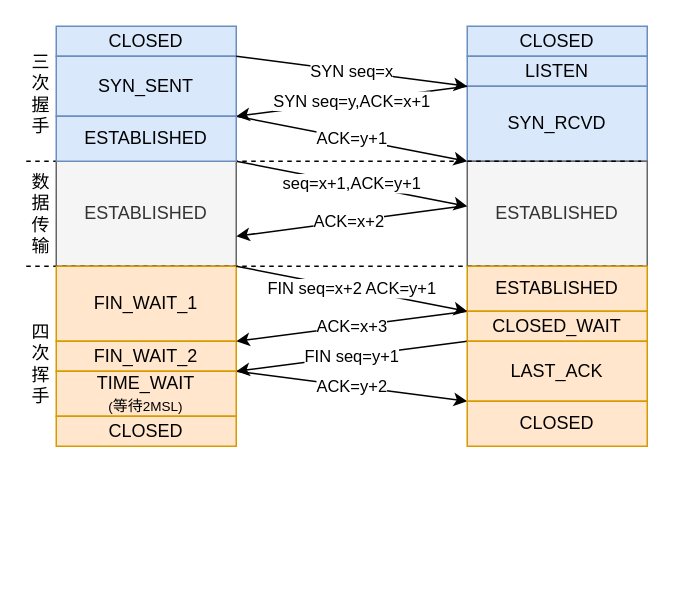
Before: 三次握手.drawio in mabyoung/JavaPractice, a draw.io diagram. Source tidied: cells renumbered, new cells numbered last; positions are measured from the earlier drawing's top-left corner, leaving out a move shared by most shapes. Both pictures are drawn from the tidied source at 150%, with x=0, y=0 at pixel (26, 26).
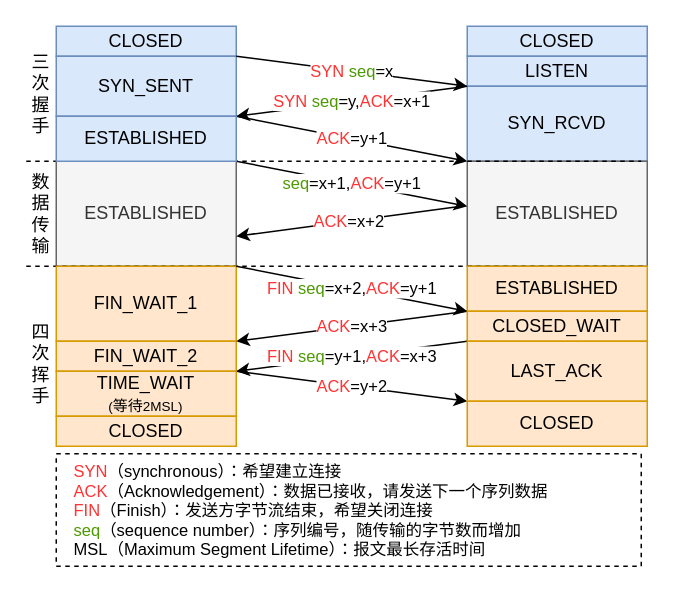
The same diagram, later.

Commit message (it also covers changes not shown here):
更新三次握手.drawio

Unchanged cells that the change refers to:
```xml
<mxCell id="3" value="SYN_SENT" style="rounded=0;whiteSpace=wrap;html=1;fillColor=#dae8fc;strokeColor=#6c8ebf;" parent="1" vertex="1">
  <mxGeometry x="20" y="20" width="120" height="40" as="geometry" />
</mxCell>
<mxCell id="6" value="SYN_RCVD" style="rounded=0;whiteSpace=wrap;html=1;fillColor=#dae8fc;strokeColor=#6c8ebf;" parent="1" vertex="1">
  <mxGeometry x="294" y="40" width="120" height="50" as="geometry" />
</mxCell>
<mxCell id="20" value="FIN_WAIT_2" style="rounded=0;whiteSpace=wrap;html=1;fillColor=#ffe6cc;strokeColor=#d79b00;" parent="1" vertex="1">
  <mxGeometry x="20" y="210" width="120" height="20" as="geometry" />
</mxCell>
<mxCell id="21" value="ESTABLISHED" style="rounded=0;whiteSpace=wrap;html=1;fillColor=#ffe6cc;strokeColor=#d79b00;" parent="1" vertex="1">
  <mxGeometry x="294" y="160" width="120" height="30" as="geometry" />
</mxCell>
<mxCell id="26" value="LAST_ACK" style="rounded=0;whiteSpace=wrap;html=1;fillColor=#ffe6cc;strokeColor=#d79b00;" parent="1" vertex="1">
  <mxGeometry x="294" y="210" width="120" height="40" as="geometry" />
</mxCell>
```

Change to the diagram source:
```diff
@@
+    <mxCell id="32" style="rounded=0;whiteSpace=wrap;html=1;fontSize=11;fontColor=#FF3333;dashed=1;" parent="1" vertex="1">
+      <mxGeometry x="20" y="285" width="390" height="75" as="geometry" />
+    </mxCell>
@@
-    <mxCell id="7" value="SYN seq=x" style="endArrow=classic;html=1;rounded=0;exitX=1;exitY=0;exitDx=0;exitDy=0;entryX=0;entryY=0;entryDx=0;entryDy=0;" parent="1" edge="1" source="3" target="6">
+    <mxCell id="7" value="&lt;font color=&quot;#ff3333&quot;&gt;SYN&lt;/font&gt; &lt;font color=&quot;#4d9900&quot;&gt;seq&lt;/font&gt;=x" style="endArrow=classic;html=1;rounded=0;exitX=1;exitY=0;exitDx=0;exitDy=0;entryX=0;entryY=0;entryDx=0;entryDy=0;" parent="1" edge="1" source="3" target="6">
       <mxGeometry relative="1" as="geometry" />
     </mxCell>
-    <mxCell id="8" value="SYN seq=y,ACK=x+1" style="endArrow=classic;html=1;rounded=0;entryX=1;entryY=1;entryDx=0;entryDy=0;exitX=0;exitY=0;exitDx=0;exitDy=0;" parent="1" edge="1" source="6" target="3">
+    <mxCell id="8" value="&lt;font color=&quot;#ff3333&quot;&gt;SYN&lt;/font&gt; &lt;font color=&quot;#4d9900&quot;&gt;seq&lt;/font&gt;=y,&lt;font color=&quot;#ff3333&quot;&gt;ACK&lt;/font&gt;=x+1" style="endArrow=classic;html=1;rounded=0;entryX=1;entryY=1;entryDx=0;entryDy=0;exitX=0;exitY=0;exitDx=0;exitDy=0;" parent="1" edge="1" source="6" target="3">
       <mxGeometry relative="1" as="geometry" />
     </mxCell>
-    <mxCell id="9" value="ACK=y+1" style="endArrow=classic;html=1;rounded=0;exitX=1;exitY=1;exitDx=0;exitDy=0;entryX=0;entryY=1;entryDx=0;entryDy=0;" parent="1" edge="1" source="3" target="6">
+    <mxCell id="9" value="&lt;font color=&quot;#ff3333&quot;&gt;ACK&lt;/font&gt;=y+1" style="endArrow=classic;html=1;rounded=0;exitX=1;exitY=1;exitDx=0;exitDy=0;entryX=0;entryY=1;entryDx=0;entryDy=0;" parent="1" edge="1" source="3" target="6">
       <mxGeometry relative="1" as="geometry" />
     </mxCell>
@@
-    <mxCell id="12" value="seq=x+1,ACK=y+1" style="endArrow=classic;html=1;rounded=0;exitX=1;exitY=1;exitDx=0;exitDy=0;entryX=0;entryY=1;entryDx=0;entryDy=0;" parent="1" edge="1">
+    <mxCell id="12" value="&lt;font color=&quot;#4d9900&quot;&gt;seq&lt;/font&gt;=x+1,&lt;font color=&quot;#ff3333&quot;&gt;ACK&lt;/font&gt;=y+1" style="endArrow=classic;html=1;rounded=0;exitX=1;exitY=1;exitDx=0;exitDy=0;entryX=0;entryY=1;entryDx=0;entryDy=0;" parent="1" edge="1">
       <mxGeometry relative="1" as="geometry">
         <mxPoint x="140" y="90" as="sourcePoint" />
         <mxPoint x="294" y="120" as="targetPoint" />
       </mxGeometry>
     </mxCell>
-    <mxCell id="13" value="ACK=x+2" style="endArrow=classic;html=1;rounded=0;" parent="1" edge="1">
+    <mxCell id="13" value="&lt;font color=&quot;#ff3333&quot;&gt;ACK&lt;/font&gt;=x+2" style="endArrow=classic;html=1;rounded=0;" parent="1" edge="1">
       <mxGeometry relative="1" as="geometry">
         <mxPoint x="290" y="120" as="sourcePoint" />
         <mxPoint x="140" y="140" as="targetPoint" />
       </mxGeometry>
     </mxCell>
@@
-    <mxCell id="22" value="FIN seq=x+2 ACK=y+1" style="endArrow=classic;html=1;rounded=0;entryX=0;entryY=1;entryDx=0;entryDy=0;" parent="1" edge="1" target="21">
+    <mxCell id="22" value="&lt;font color=&quot;#ff3333&quot;&gt;FIN&lt;/font&gt; &lt;font color=&quot;#4d9900&quot;&gt;seq&lt;/font&gt;=x+2,&lt;font color=&quot;#ff3333&quot;&gt;ACK&lt;/font&gt;=y+1" style="endArrow=classic;html=1;rounded=0;entryX=0;entryY=1;entryDx=0;entryDy=0;" parent="1" edge="1" target="21">
       <mxGeometry relative="1" as="geometry">
         <mxPoint x="140" y="160" as="sourcePoint" />
       </mxGeometry>
     </mxCell>
-    <mxCell id="23" value="ACK=x+3" style="endArrow=classic;html=1;rounded=0;exitX=0;exitY=1;exitDx=0;exitDy=0;entryX=1;entryY=0;entryDx=0;entryDy=0;" parent="1" edge="1" source="21" target="20">
+    <mxCell id="23" value="&lt;font color=&quot;#ff3333&quot;&gt;ACK&lt;/font&gt;=x+3" style="endArrow=classic;html=1;rounded=0;exitX=0;exitY=1;exitDx=0;exitDy=0;entryX=1;entryY=0;entryDx=0;entryDy=0;" parent="1" edge="1" source="21" target="20">
       <mxGeometry relative="1" as="geometry" />
     </mxCell>
@@
-    <mxCell id="25" value="&lt;span style=&quot;&quot;&gt;FIN seq=y+1&lt;/span&gt;" style="endArrow=classic;html=1;rounded=0;exitX=0;exitY=1;exitDx=0;exitDy=0;entryX=1;entryY=0;entryDx=0;entryDy=0;" parent="1" edge="1">
+    <mxCell id="25" value="&lt;font color=&quot;#ff3333&quot;&gt;FIN&lt;/font&gt; &lt;font color=&quot;#4d9900&quot;&gt;seq&lt;/font&gt;=y+1,&lt;font color=&quot;#ff3333&quot;&gt;ACK&lt;/font&gt;=x+3" style="endArrow=classic;html=1;rounded=0;exitX=0;exitY=1;exitDx=0;exitDy=0;entryX=1;entryY=0;entryDx=0;entryDy=0;" parent="1" edge="1">
       <mxGeometry relative="1" as="geometry">
         <mxPoint x="294" y="210" as="sourcePoint" />
         <mxPoint x="140" y="230" as="targetPoint" />
       </mxGeometry>
     </mxCell>
@@
-    <mxCell id="27" value="ACK=y+2" style="endArrow=classic;html=1;rounded=0;entryX=0;entryY=1;entryDx=0;entryDy=0;" parent="1" edge="1" target="26">
+    <mxCell id="27" value="&lt;font color=&quot;#ff3333&quot;&gt;ACK&lt;/font&gt;=y+2" style="endArrow=classic;html=1;rounded=0;entryX=0;entryY=1;entryDx=0;entryDy=0;" parent="1" edge="1" target="26">
       <mxGeometry relative="1" as="geometry">
         <mxPoint x="140" y="230" as="sourcePoint" />
       </mxGeometry>
     </mxCell>
@@
+    <mxCell id="33" value="&lt;span style=&quot;font-family: &amp;quot;Source Han Sans CN&amp;quot;; background-color: rgb(255, 255, 255); font-size: 11px;&quot;&gt;&lt;font style=&quot;font-size: 11px;&quot;&gt;&lt;font color=&quot;#ff3333&quot;&gt;SYN&lt;/font&gt;（synchronous）：希望建立连接&amp;nbsp;&lt;/font&gt;&lt;/span&gt;&lt;p style=&quot;box-sizing: border-box; margin: 0px; padding: 0px; font-family: &amp;quot;Source Han Sans CN&amp;quot;; background-color: rgb(255, 255, 255); font-size: 11px;&quot;&gt;&lt;font style=&quot;font-size: 11px;&quot;&gt;&lt;font color=&quot;#ff3333&quot;&gt;ACK&lt;/font&gt;（Acknowledgement）：数据已接收，请发送下一个序列数据&lt;/font&gt;&lt;/p&gt;&lt;p style=&quot;box-sizing: border-box; margin: 0px; padding: 0px; font-family: &amp;quot;Source Han Sans CN&amp;quot;; background-color: rgb(255, 255, 255); font-size: 11px;&quot;&gt;&lt;font style=&quot;font-size: 11px;&quot;&gt;&lt;font color=&quot;#ff3333&quot;&gt;FIN&lt;/font&gt;（Finish）：发送方字节流结束，希望关闭连接&lt;/font&gt;&lt;/p&gt;&lt;p style=&quot;box-sizing: border-box; margin: 0px; padding: 0px; font-family: &amp;quot;Source Han Sans CN&amp;quot;; background-color: rgb(255, 255, 255); font-size: 11px;&quot;&gt;&lt;font style=&quot;font-size: 11px;&quot;&gt;&lt;font color=&quot;#4d9900&quot;&gt;seq&lt;/font&gt;（sequence number）：序列编号，随传输的字节数而增加&lt;/font&gt;&lt;/p&gt;&lt;p style=&quot;box-sizing: border-box; margin: 0px; padding: 0px; font-family: &amp;quot;Source Han Sans CN&amp;quot;; background-color: rgb(255, 255, 255); font-size: 11px;&quot;&gt;MSL（Maximum Segment Lifetime）：报文最长存活时间&lt;/p&gt;" style="text;html=1;strokeColor=none;fillColor=none;align=left;verticalAlign=middle;whiteSpace=wrap;rounded=0;fontSize=11;" parent="1" vertex="1">
+      <mxGeometry x="30" y="278" width="370" height="90" as="geometry" />
+    </mxCell>
```
